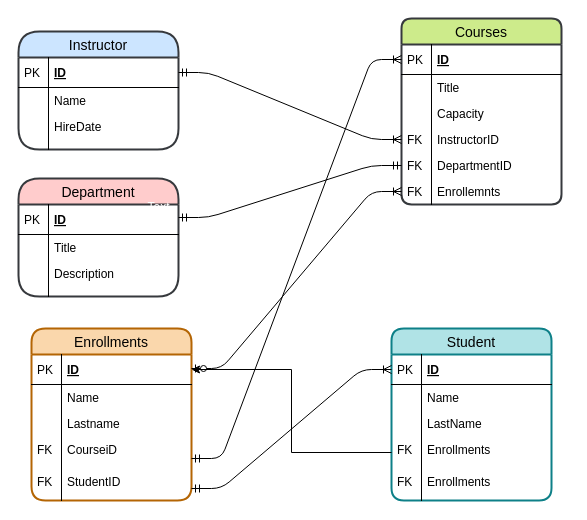
This is Untitled Diagram (3).drawio from CabreraOscar1/ViewModel1, a draw.io file, before an edit. Source tidied: cells renumbered, new cells numbered last; positions are measured from the earlier drawing's top-left corner, leaving out a move shared by most shapes. Both pictures are drawn from the tidied source at 100%, with x=0, y=0 at pixel (18, 18).
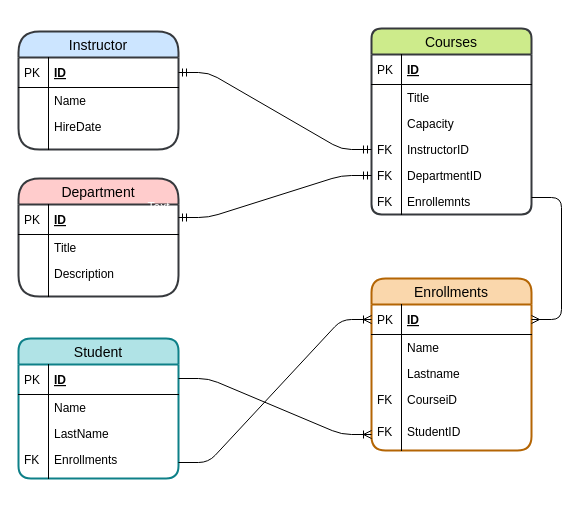
After the change.

The change refers to these unchanged cells:
```xml
<mxCell id="12" value="ID" style="shape=partialRectangle;top=0;left=0;right=0;bottom=1;align=left;verticalAlign=middle;fillColor=none;spacingLeft=34;spacingRight=4;overflow=hidden;points=[[0,0.5],[1,0.5]];portConstraint=eastwest;fontStyle=5;fontSize=12;" parent="11" vertex="1">
  <mxGeometry y="26" width="160" height="30" as="geometry" />
</mxCell>
<mxCell id="18" value="Enrollments" style="shape=partialRectangle;top=0;left=0;right=0;bottom=0;align=left;verticalAlign=top;fillColor=none;spacingLeft=34;spacingRight=4;overflow=hidden;points=[[0,0.5],[1,0.5]];portConstraint=eastwest;fontSize=12;" parent="11" vertex="1">
  <mxGeometry y="108" width="160" height="32" as="geometry" />
</mxCell>
<mxCell id="23" value="ID" style="shape=partialRectangle;top=0;left=0;right=0;bottom=1;align=left;verticalAlign=middle;fillColor=none;spacingLeft=34;spacingRight=4;overflow=hidden;points=[[0,0.5],[1,0.5]];portConstraint=eastwest;fontStyle=5;fontSize=12;" parent="22" vertex="1">
  <mxGeometry y="26" width="160" height="30" as="geometry" />
</mxCell>
<mxCell id="32" value="ID" style="shape=partialRectangle;top=0;left=0;right=0;bottom=1;align=left;verticalAlign=middle;fillColor=none;spacingLeft=34;spacingRight=4;overflow=hidden;points=[[0,0.5],[1,0.5]];portConstraint=eastwest;fontStyle=5;fontSize=12;" parent="31" vertex="1">
  <mxGeometry y="26" width="160" height="30" as="geometry" />
</mxCell>
<mxCell id="38" value="InstructorID" style="shape=partialRectangle;top=0;left=0;right=0;bottom=0;align=left;verticalAlign=top;fillColor=none;spacingLeft=34;spacingRight=4;overflow=hidden;points=[[0,0.5],[1,0.5]];portConstraint=eastwest;fontSize=12;" parent="31" vertex="1">
  <mxGeometry y="108" width="160" height="26" as="geometry" />
</mxCell>
<mxCell id="40" value="DepartmentID" style="shape=partialRectangle;top=0;left=0;right=0;bottom=0;align=left;verticalAlign=top;fillColor=none;spacingLeft=34;spacingRight=4;overflow=hidden;points=[[0,0.5],[1,0.5]];portConstraint=eastwest;fontSize=12;spacingBottom=0;horizontal=1;" parent="31" vertex="1">
  <mxGeometry y="134" width="160" height="26" as="geometry" />
</mxCell>
<mxCell id="42" value="Enrollemnts" style="shape=partialRectangle;top=0;left=0;right=0;bottom=0;align=left;verticalAlign=top;fillColor=none;spacingLeft=34;spacingRight=4;overflow=hidden;points=[[0,0.5],[1,0.5]];portConstraint=eastwest;fontSize=12;spacingBottom=0;horizontal=1;" parent="31" vertex="1">
  <mxGeometry y="160" width="160" height="26" as="geometry" />
</mxCell>
<mxCell id="45" value="ID" style="shape=partialRectangle;top=0;left=0;right=0;bottom=1;align=left;verticalAlign=middle;fillColor=none;spacingLeft=34;spacingRight=4;overflow=hidden;points=[[0,0.5],[1,0.5]];portConstraint=eastwest;fontStyle=5;fontSize=12;" parent="44" vertex="1">
  <mxGeometry y="26" width="160" height="30" as="geometry" />
</mxCell>
<mxCell id="53" value="StudentID" style="shape=partialRectangle;top=0;left=0;right=0;bottom=0;align=left;verticalAlign=top;fillColor=none;spacingLeft=34;spacingRight=4;overflow=hidden;points=[[0,0.5],[1,0.5]];portConstraint=eastwest;fontSize=12;" parent="44" vertex="1">
  <mxGeometry y="140" width="160" height="32" as="geometry" />
</mxCell>
```

The edit, as a diff of the source:
```diff
@@
     <mxCell id="11" value="Student" style="swimlane;fontStyle=0;horizontal=1;startSize=26;fillColor=#b0e3e6;swimlaneFillColor=#ffffff;align=center;fontSize=14;rounded=1;shadow=0;strokeWidth=2;arcSize=16;strokeColor=#0e8088;" parent="1" vertex="1">
-      <mxGeometry x="373" y="310" width="160" height="172" as="geometry" />
+      <mxGeometry y="320" width="160" height="140" as="geometry" />
     </mxCell>
@@
-    <mxCell id="20" value="Enrollments" style="shape=partialRectangle;top=0;left=0;right=0;bottom=0;align=left;verticalAlign=top;fillColor=none;spacingLeft=34;spacingRight=4;overflow=hidden;fontSize=12;" parent="11" vertex="1">
-      <mxGeometry y="140" width="160" height="32" as="geometry" />
-    </mxCell>
-    <mxCell id="21" value="FK&#10;" style="shape=partialRectangle;top=0;left=0;bottom=0;fillColor=none;align=left;verticalAlign=top;spacingLeft=4;spacingRight=4;overflow=hidden;fontSize=12;" parent="20" vertex="1">
-      <mxGeometry width="30" height="32" as="geometry" />
-    </mxCell>
@@
     <mxCell id="31" value="Courses" style="swimlane;fontStyle=0;horizontal=1;startSize=26;fillColor=#cdeb8b;swimlaneFillColor=#ffffff;align=center;fontSize=14;rounded=1;shadow=0;strokeWidth=2;arcSize=13;strokeColor=#36393d;" parent="1" vertex="1">
-      <mxGeometry x="383" width="160" height="186" as="geometry" />
+      <mxGeometry x="353" y="10" width="160" height="186" as="geometry" />
     </mxCell>
@@
     <mxCell id="44" value="Enrollments" style="swimlane;fontStyle=0;horizontal=1;startSize=26;fillColor=#fad7ac;swimlaneFillColor=#ffffff;align=center;fontSize=14;rounded=1;shadow=0;strokeWidth=2;arcSize=18;strokeColor=#b46504;" parent="1" vertex="1">
-      <mxGeometry x="13" y="310" width="160" height="172" as="geometry" />
+      <mxGeometry x="353" y="260" width="160" height="172" as="geometry" />
     </mxCell>
@@
+    <mxCell id="61" style="edgeStyle=entityRelationEdgeStyle;fontSize=12;html=1;endArrow=ERmandOne;startArrow=ERmandOne;entryX=0;entryY=0.5;entryDx=0;entryDy=0;" parent="1" edge="1" target="40">
+      <mxGeometry relative="1" as="geometry">
+        <mxPoint x="160" y="199" as="sourcePoint" />
+      </mxGeometry>
+    </mxCell>
+    <mxCell id="60" style="edgeStyle=entityRelationEdgeStyle;fontSize=12;html=1;endArrow=ERoneToMany;entryX=0;entryY=0.5;entryDx=0;entryDy=0;" parent="1" edge="1" source="18" target="45">
+      <mxGeometry relative="1" as="geometry" />
+    </mxCell>
+    <mxCell id="62" style="edgeStyle=entityRelationEdgeStyle;fontSize=12;html=1;endArrow=ERmany;" parent="1" edge="1" target="45">
+      <mxGeometry relative="1" as="geometry">
+        <mxPoint x="513" y="179" as="sourcePoint" />
+      </mxGeometry>
+    </mxCell>
-    <mxCell id="56" style="edgeStyle=entityRelationEdgeStyle;fontSize=12;html=1;endArrow=ERoneToMany;startArrow=ERmandOne;exitX=1;exitY=0.5;exitDx=0;exitDy=0;entryX=0;entryY=0.5;entryDx=0;entryDy=0;" parent="1" edge="1" source="23" target="38">
+    <mxCell id="56" style="edgeStyle=entityRelationEdgeStyle;fontSize=12;html=1;endArrow=ERmandOne;startArrow=ERmandOne;entryX=0;entryY=0.5;entryDx=0;entryDy=0;" parent="1" edge="1" source="23" target="38">
       <mxGeometry relative="1" as="geometry" />
     </mxCell>
-    <mxCell id="57" style="edgeStyle=entityRelationEdgeStyle;fontSize=12;html=1;endArrow=ERoneToMany;startArrow=ERzeroToOne;entryX=0;entryY=0.5;entryDx=0;entryDy=0;" parent="1" edge="1" target="42">
-      <mxGeometry relative="1" as="geometry">
-        <mxPoint x="173" y="350" as="sourcePoint" />
-      </mxGeometry>
-    </mxCell>
-    <mxCell id="58" style="edgeStyle=entityRelationEdgeStyle;fontSize=12;html=1;endArrow=ERoneToMany;startArrow=ERmandOne;entryX=0;entryY=0.5;entryDx=0;entryDy=0;" parent="1" edge="1" target="12">
-      <mxGeometry relative="1" as="geometry">
-        <mxPoint x="173" y="470" as="sourcePoint" />
-      </mxGeometry>
-    </mxCell>
-    <mxCell id="59" style="edgeStyle=entityRelationEdgeStyle;fontSize=12;html=1;endArrow=ERoneToMany;startArrow=ERmandOne;entryX=0;entryY=0.5;entryDx=0;entryDy=0;" parent="1" edge="1" target="32">
-      <mxGeometry relative="1" as="geometry">
-        <mxPoint x="173" y="440" as="sourcePoint" />
-      </mxGeometry>
-    </mxCell>
-    <mxCell id="60" style="edgeStyle=orthogonalEdgeStyle;rounded=0;jettySize=auto;html=1;entryX=1;entryY=0.5;entryDx=0;entryDy=0;" parent="1" edge="1" source="18" target="45">
-      <mxGeometry relative="1" as="geometry" />
-    </mxCell>
-    <mxCell id="61" style="edgeStyle=entityRelationEdgeStyle;fontSize=12;html=1;endArrow=ERmandOne;startArrow=ERmandOne;entryX=0;entryY=0.5;entryDx=0;entryDy=0;" parent="1" edge="1" target="40">
-      <mxGeometry relative="1" as="geometry">
-        <mxPoint x="160" y="199" as="sourcePoint" />
-      </mxGeometry>
-    </mxCell>
+    <mxCell id="63" style="edgeStyle=entityRelationEdgeStyle;fontSize=12;html=1;endArrow=ERoneToMany;entryX=0;entryY=0.5;entryDx=0;entryDy=0;" parent="1" edge="1" target="53">
+      <mxGeometry relative="1" as="geometry">
+        <mxPoint x="160" y="360" as="sourcePoint" />
+      </mxGeometry>
+    </mxCell>
```
